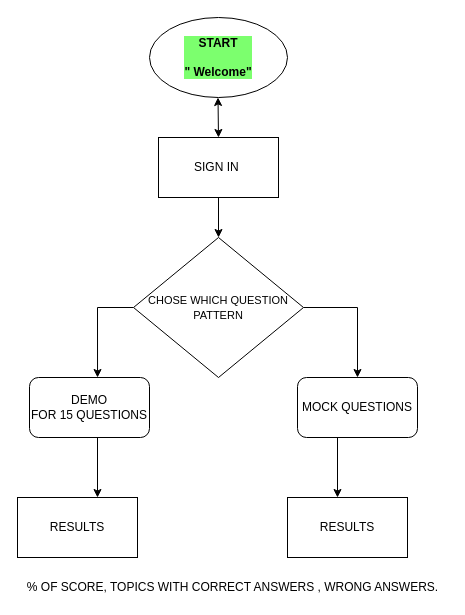
Above: Test1.drawio in Selvalbie/core (draw.io), before the change. Source tidied: cells renumbered, new cells numbered last; positions are measured from the earlier drawing's top-left corner, leaving out a move shared by most shapes. Both pictures are drawn from the tidied source at 100%, with x=0, y=0 at pixel (17, 17).
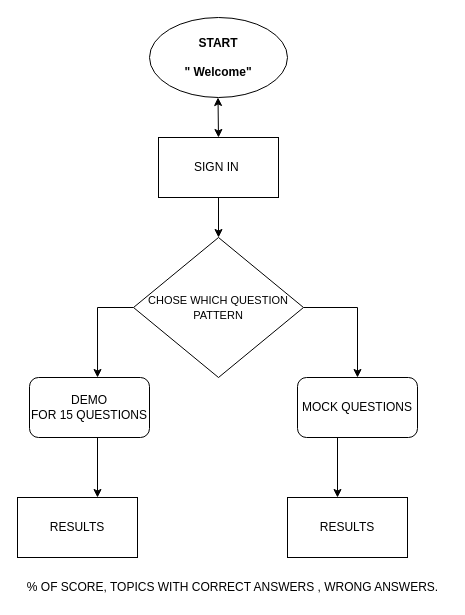
After the change.

Change to the diagram source:
```diff
@@
-    <mxCell id="2" value="START&lt;br&gt;&lt;br&gt;&quot; Welcome&quot;" style="ellipse;whiteSpace=wrap;html=1;labelBackgroundColor=#7CFF6E;fontStyle=1;" parent="1" vertex="1">
+    <mxCell id="2" value="START&lt;br&gt;&lt;br&gt;&quot; Welcome&quot;" style="ellipse;whiteSpace=wrap;html=1;labelBackgroundColor=none;fontStyle=1;" parent="1" vertex="1">
       <mxGeometry x="132" width="138" height="80" as="geometry" />
     </mxCell>
```
